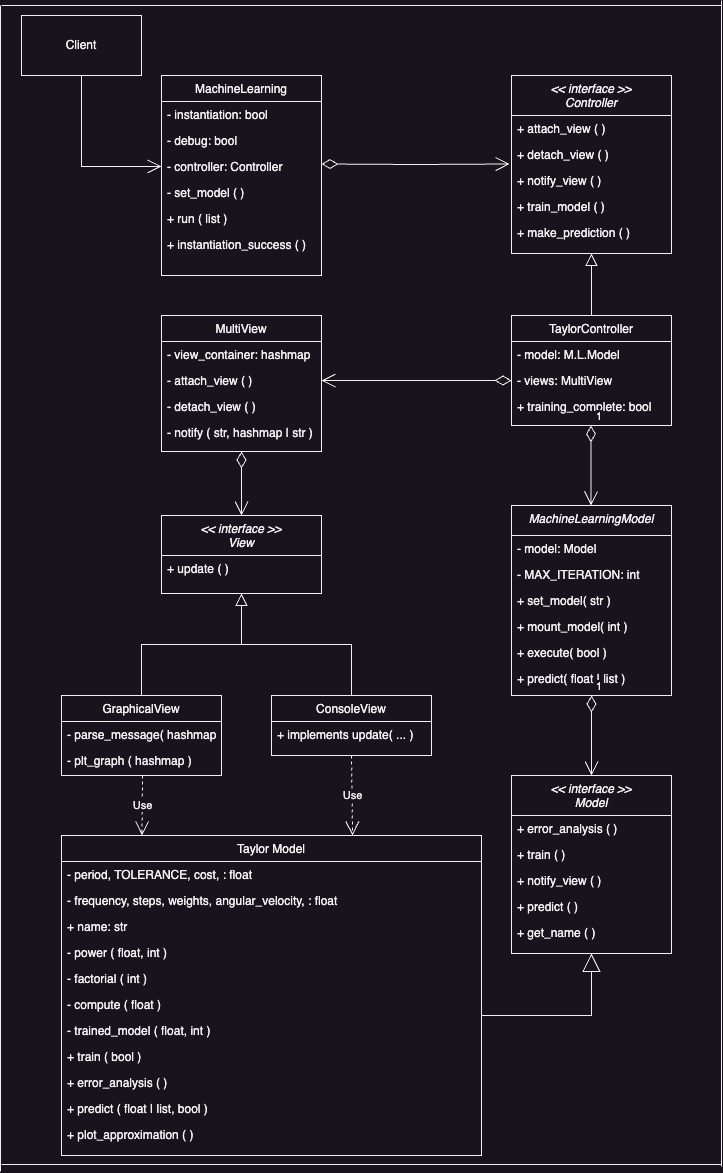
The draw.io diagram assets/UML.png in kliuengineering/MachineLearningPredictor, before a commit. Source tidied: cells renumbered, new cells last; positions are measured from the earlier drawing's top-left corner, leaving out a move shared by most shapes.
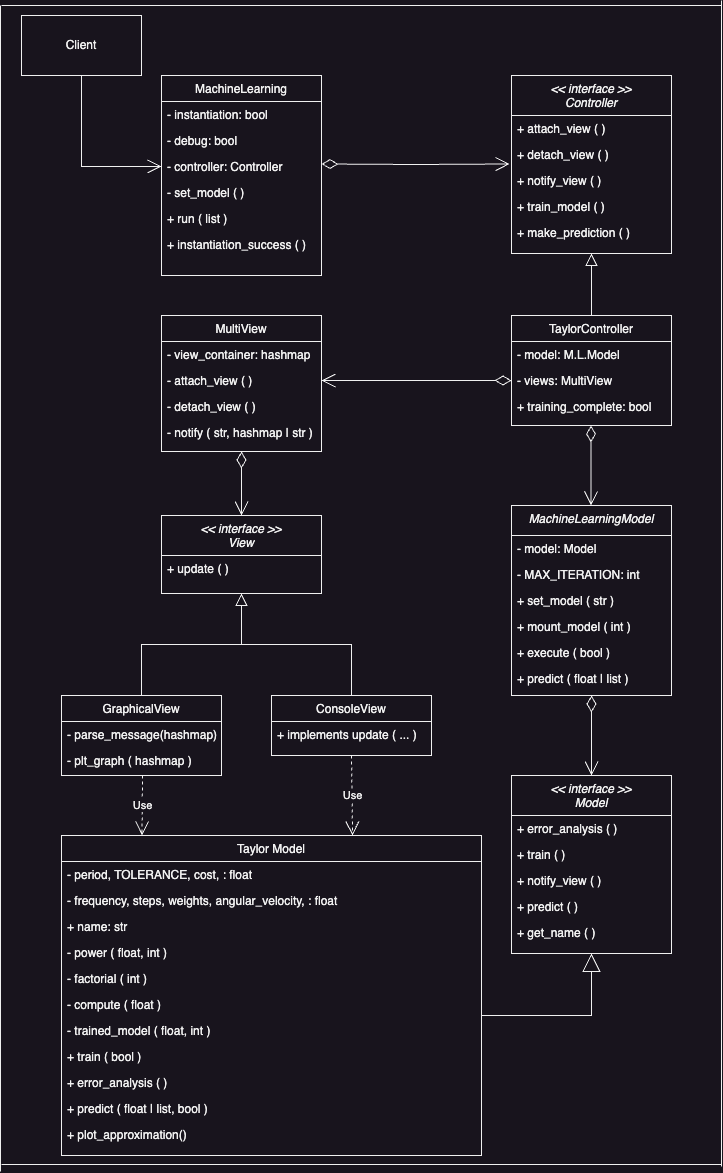
The same diagram one commit later.

Commit message:
fixed UML typo

What changed in the source:
```diff
@@ -65,7 +65,7 @@
     <mxCell id="22" value="GraphicalView" style="swimlane;fontStyle=0;align=center;verticalAlign=top;horizontal=1;startSize=26;rounded=0;shadow=0;strokeWidth=1;" parent="1" vertex="1">
       <mxGeometry x="61" y="695" width="160" height="80" as="geometry" />
     </mxCell>
-    <mxCell id="23" value="- parse_message( hashmap )" style="text;align=left;verticalAlign=top;spacingLeft=4;spacingRight=4;overflow=hidden;" parent="22" vertex="1">
+    <mxCell id="23" value="- parse_message(hashmap)" style="text;align=left;verticalAlign=top;spacingLeft=4;spacingRight=4;overflow=hidden;" parent="22" vertex="1">
       <mxGeometry y="26" width="160" height="26" as="geometry" />
     </mxCell>
     <mxCell id="24" value="- plt_graph ( hashmap )" style="text;align=left;verticalAlign=top;spacingLeft=4;spacingRight=4;overflow=hidden;rounded=0;shadow=0;html=0;" parent="22" vertex="1">
@@ -77,7 +77,7 @@
     <mxCell id="26" value="ConsoleView" style="swimlane;fontStyle=0;align=center;verticalAlign=top;horizontal=1;startSize=26;rounded=0;shadow=0;strokeWidth=1;" parent="1" vertex="1">
       <mxGeometry x="271" y="695" width="160" height="60" as="geometry" />
     </mxCell>
-    <mxCell id="27" value="+ implements update( ... )" style="text;align=left;verticalAlign=top;spacingLeft=4;spacingRight=4;overflow=hidden;" parent="26" vertex="1">
+    <mxCell id="27" value="+ implements update ( ... )" style="text;align=left;verticalAlign=top;spacingLeft=4;spacingRight=4;overflow=hidden;" parent="26" vertex="1">
       <mxGeometry y="26" width="160" height="26" as="geometry" />
     </mxCell>
     <mxCell id="28" style="endArrow=block;endSize=10;endFill=0;shadow=0;strokeWidth=1;rounded=0;curved=0;edgeStyle=elbowEdgeStyle;elbow=vertical;" parent="1" edge="1" target="20">
@@ -146,7 +146,7 @@
     <mxCell id="47" value="+ predict ( float | list, bool )" style="text;align=left;verticalAlign=top;spacingLeft=4;spacingRight=4;overflow=hidden;" parent="37" vertex="1">
       <mxGeometry y="260" width="420" height="26" as="geometry" />
     </mxCell>
-    <mxCell id="48" value="+ plot_approximation ( )" style="text;align=left;verticalAlign=top;spacingLeft=4;spacingRight=4;overflow=hidden;" parent="37" vertex="1">
+    <mxCell id="48" value="+ plot_approximation()" style="text;align=left;verticalAlign=top;spacingLeft=4;spacingRight=4;overflow=hidden;" parent="37" vertex="1">
       <mxGeometry y="286" width="420" height="26" as="geometry" />
     </mxCell>
     <mxCell id="49" value="MultiView" style="swimlane;fontStyle=0;align=center;verticalAlign=top;horizontal=1;startSize=26;rounded=0;shadow=0;strokeWidth=1;" parent="1" vertex="1">
@@ -193,22 +193,22 @@
     <mxCell id="60" value="- MAX_ITERATION: int" style="text;align=left;verticalAlign=top;spacingLeft=4;spacingRight=4;overflow=hidden;rounded=0;shadow=0;html=0;" parent="58" vertex="1">
       <mxGeometry y="56" width="160" height="26" as="geometry" />
     </mxCell>
-    <mxCell id="61" value="+ set_model( str )" style="text;align=left;verticalAlign=top;spacingLeft=4;spacingRight=4;overflow=hidden;rounded=0;shadow=0;html=0;" parent="58" vertex="1">
+    <mxCell id="61" value="+ set_model ( str )" style="text;align=left;verticalAlign=top;spacingLeft=4;spacingRight=4;overflow=hidden;rounded=0;shadow=0;html=0;" parent="58" vertex="1">
       <mxGeometry y="82" width="160" height="26" as="geometry" />
     </mxCell>
-    <mxCell id="62" value="+ mount_model( int )" style="text;align=left;verticalAlign=top;spacingLeft=4;spacingRight=4;overflow=hidden;" parent="58" vertex="1">
+    <mxCell id="62" value="+ mount_model ( int )" style="text;align=left;verticalAlign=top;spacingLeft=4;spacingRight=4;overflow=hidden;" parent="58" vertex="1">
       <mxGeometry y="108" width="160" height="26" as="geometry" />
     </mxCell>
-    <mxCell id="63" value="+ execute( bool )" style="text;align=left;verticalAlign=top;spacingLeft=4;spacingRight=4;overflow=hidden;" parent="58" vertex="1">
+    <mxCell id="63" value="+ execute ( bool )" style="text;align=left;verticalAlign=top;spacingLeft=4;spacingRight=4;overflow=hidden;" parent="58" vertex="1">
       <mxGeometry y="134" width="160" height="26" as="geometry" />
     </mxCell>
-    <mxCell id="64" value="+ predict( float | list )" style="text;align=left;verticalAlign=top;spacingLeft=4;spacingRight=4;overflow=hidden;" parent="58" vertex="1">
+    <mxCell id="64" value="+ predict ( float | list )" style="text;align=left;verticalAlign=top;spacingLeft=4;spacingRight=4;overflow=hidden;" parent="58" vertex="1">
       <mxGeometry y="160" width="160" height="26" as="geometry" />
     </mxCell>
-    <mxCell id="65" value="1" style="endArrow=open;html=1;endSize=12;startArrow=diamondThin;startSize=14;startFill=0;edgeStyle=orthogonalEdgeStyle;align=left;verticalAlign=bottom;rounded=0;exitX=0.5;exitY=1;exitDx=0;exitDy=0;entryX=0.5;entryY=0;entryDx=0;entryDy=0;" parent="1" edge="1" source="58" target="31">
+    <mxCell id="65" style="endArrow=open;html=1;endSize=12;startArrow=diamondThin;startSize=14;startFill=0;edgeStyle=orthogonalEdgeStyle;align=left;verticalAlign=bottom;rounded=0;exitX=0.5;exitY=1;exitDx=0;exitDy=0;entryX=0.5;entryY=0;entryDx=0;entryDy=0;" parent="1" edge="1" source="58" target="31">
       <mxGeometry x="-1" y="3" relative="1" as="geometry" />
     </mxCell>
-    <mxCell id="66" value="1" style="endArrow=open;html=1;endSize=12;startArrow=diamondThin;startSize=14;startFill=0;edgeStyle=orthogonalEdgeStyle;align=left;verticalAlign=bottom;rounded=0;exitX=0.5;exitY=1;exitDx=0;exitDy=0;entryX=0.5;entryY=0;entryDx=0;entryDy=0;" parent="1" edge="1">
+    <mxCell id="66" style="endArrow=open;html=1;endSize=12;startArrow=diamondThin;startSize=14;startFill=0;edgeStyle=orthogonalEdgeStyle;align=left;verticalAlign=bottom;rounded=0;exitX=0.5;exitY=1;exitDx=0;exitDy=0;entryX=0.5;entryY=0;entryDx=0;entryDy=0;" parent="1" edge="1">
       <mxGeometry x="-1" y="3" relative="1" as="geometry">
         <mxPoint x="590.5" y="425" as="sourcePoint" />
         <mxPoint x="590.5" y="505" as="targetPoint" />
```
